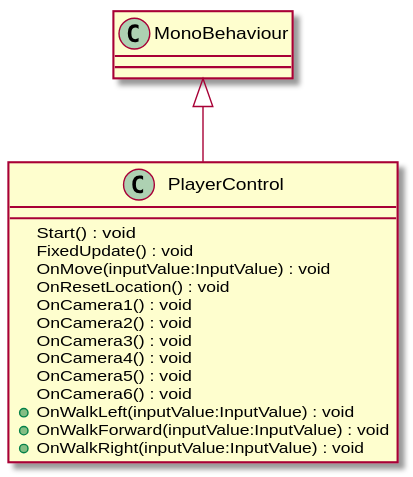
This is UML/MallowMystery/Assets/Scripts/PlayerControl.svg from robinsuurs/Mallow_Mysterie, a PlantUML export, as it was before one commit.
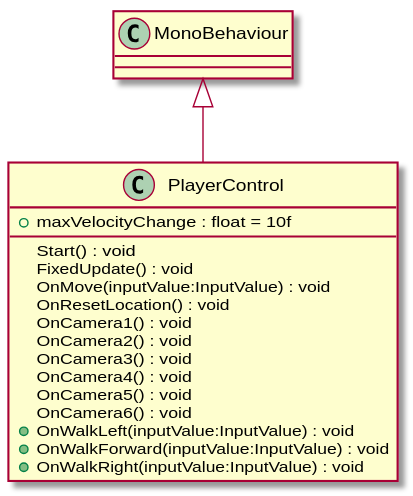
Above is the later version.

What changed in the source:
```diff
@@ -1,5 +1,6 @@
 @startuml
 class PlayerControl {
+    + maxVelocityChange : float = 10f
     Start() : void
     FixedUpdate() : void
     OnMove(inputValue:InputValue) : void
```
